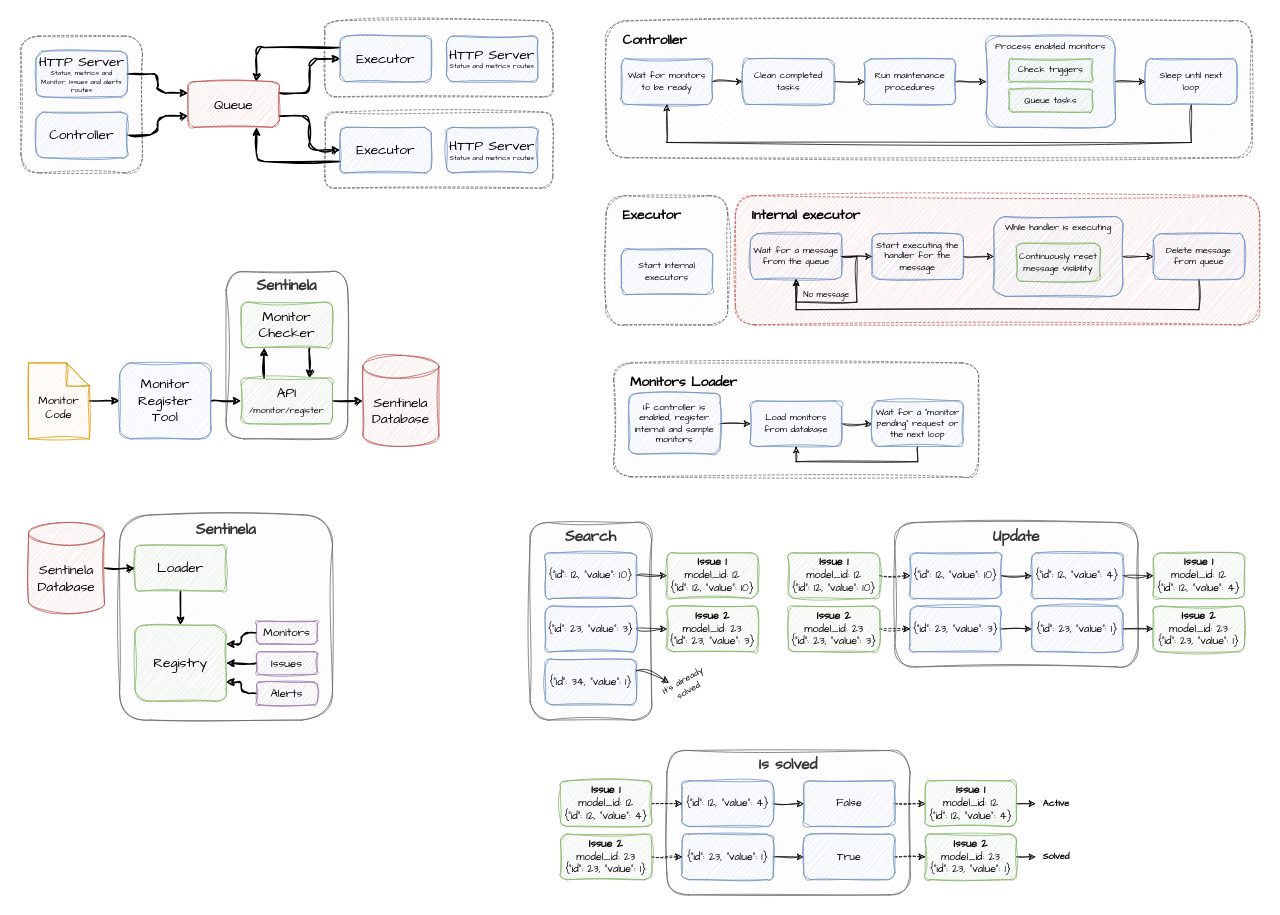
This is docs/diagrams/diagrams.drawio from GabrielSalla/sentinela, a draw.io file, before an edit. Source tidied: cells renumbered, new cells numbered last; positions are measured from the earlier drawing's top-left corner, leaving out a move shared by most shapes. Both pictures are drawn from the tidied source at 76%, with x=0, y=0 at pixel (13, 13).
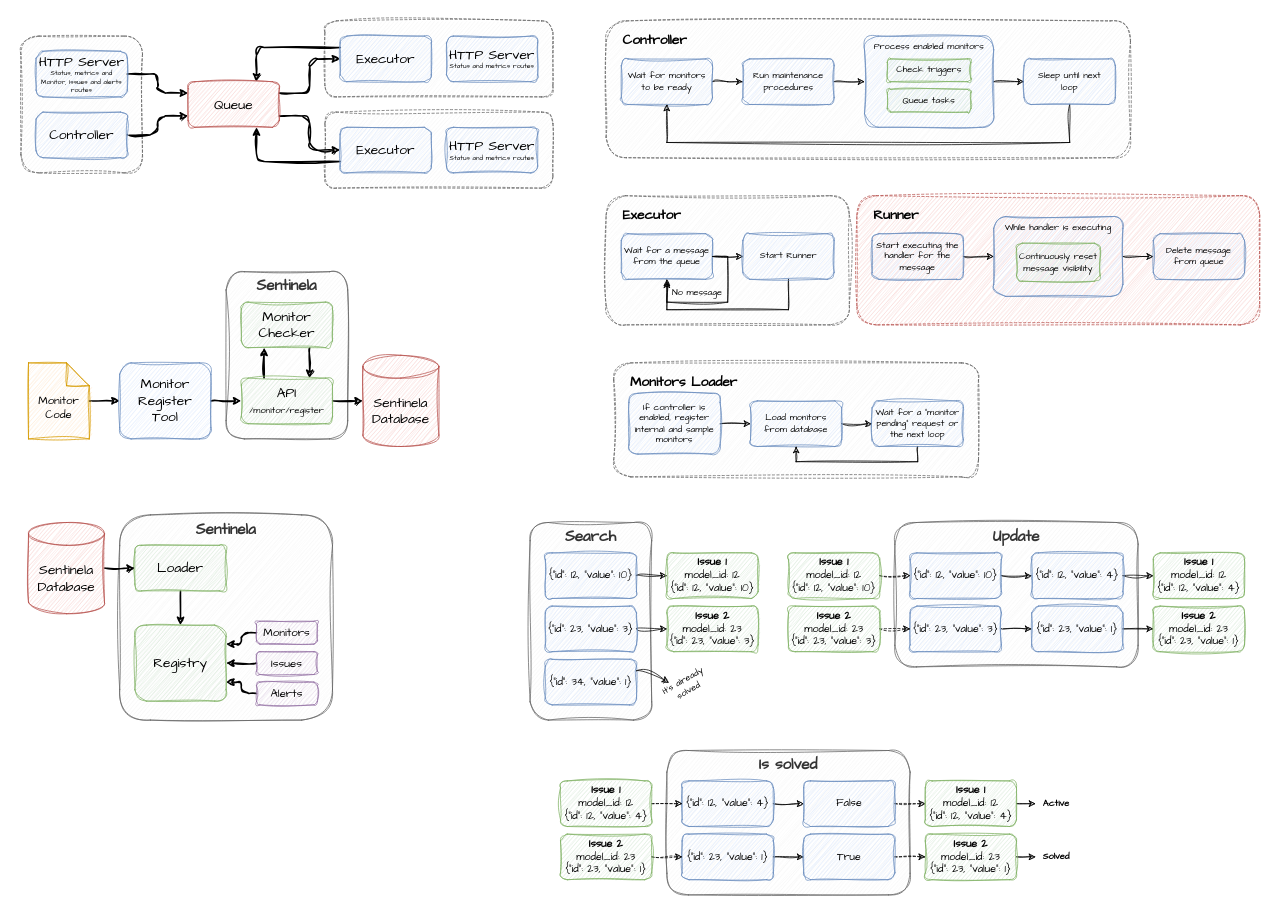
Above is the later version.

Commit message (it also covers changes not shown here):
update controller and executor diagrams

The change refers to these unchanged cells:
```xml
<mxCell id="51" value="Wait for monitors to be ready" style="rounded=1;whiteSpace=wrap;html=1;fontSize=12;fillColor=#dae8fc;strokeColor=#6c8ebf;sketch=1;curveFitting=1;jiggle=2;fontFamily=Architects Daughter;" parent="1" vertex="1">
  <mxGeometry x="800" y="60" width="120" height="60" as="geometry" />
</mxCell>
<mxCell id="71" value="Start executing the handler for the message" style="rounded=1;whiteSpace=wrap;html=1;fontSize=12;fillColor=#dae8fc;strokeColor=#6c8ebf;sketch=1;curveFitting=1;jiggle=2;fontFamily=Architects Daughter;" parent="1" vertex="1">
  <mxGeometry x="1130" y="290" width="120" height="60" as="geometry" />
</mxCell>
<mxCell id="78" value="Delete message from queue" style="rounded=1;whiteSpace=wrap;html=1;fontSize=12;fillColor=#dae8fc;strokeColor=#6c8ebf;sketch=1;curveFitting=1;jiggle=2;fontFamily=Architects Daughter;" parent="1" vertex="1">
  <mxGeometry x="1500" y="290" width="120" height="60" as="geometry" />
</mxCell>
```

The edit, as a diff of the source:
```diff
@@
     <mxCell id="47" style="rounded=1;whiteSpace=wrap;html=1;dashed=1;strokeColor=none;sketch=1;curveFitting=1;jiggle=2;fontFamily=Architects Daughter;" parent="1" vertex="1">
-      <mxGeometry x="770" width="870" height="200" as="geometry" />
+      <mxGeometry x="770" width="710" height="200" as="geometry" />
     </mxCell>
     <mxCell id="48" value="&lt;div&gt;&lt;br&gt;&lt;/div&gt;" style="rounded=1;whiteSpace=wrap;html=1;fillColor=#f5f5f5;fontColor=#333333;strokeColor=#666666;dashed=1;sketch=1;curveFitting=1;jiggle=2;fontSize=15;fontFamily=Architects Daughter;" parent="1" vertex="1">
-      <mxGeometry x="780" y="10" width="850" height="180" as="geometry" />
+      <mxGeometry x="780" y="10" width="690" height="180" as="geometry" />
     </mxCell>
@@
-    <mxCell id="50" style="edgeStyle=orthogonalEdgeStyle;rounded=0;sketch=1;hachureGap=4;jiggle=2;curveFitting=1;jettySize=auto;html=1;exitX=1;exitY=0.5;exitDx=0;exitDy=0;entryX=0;entryY=0.5;entryDx=0;entryDy=0;fontFamily=Architects Daughter;" parent="1" edge="1" source="51" target="53">
-      <mxGeometry relative="1" as="geometry" />
+    <mxCell id="50" style="edgeStyle=orthogonalEdgeStyle;rounded=0;sketch=1;hachureGap=4;jiggle=2;curveFitting=1;jettySize=auto;html=1;exitX=1;exitY=0.5;exitDx=0;exitDy=0;entryX=0;entryY=0.5;entryDx=0;entryDy=0;fontFamily=Architects Daughter;" parent="1" edge="1" source="51">
+      <mxGeometry relative="1" as="geometry">
+        <mxPoint x="960" y="90" as="targetPoint" />
+      </mxGeometry>
     </mxCell>
@@
-    <mxCell id="52" style="edgeStyle=orthogonalEdgeStyle;rounded=0;sketch=1;hachureGap=4;jiggle=2;curveFitting=1;jettySize=auto;html=1;exitX=1;exitY=0.5;exitDx=0;exitDy=0;entryX=0;entryY=0.5;entryDx=0;entryDy=0;fontFamily=Architects Daughter;" parent="1" edge="1" source="53" target="61">
-      <mxGeometry relative="1" as="geometry" />
-    </mxCell>
-    <mxCell id="53" value="Clean completed tasks" style="rounded=1;whiteSpace=wrap;html=1;fontSize=12;fillColor=#dae8fc;strokeColor=#6c8ebf;sketch=1;curveFitting=1;jiggle=2;fontFamily=Architects Daughter;" parent="1" vertex="1">
-      <mxGeometry x="960" y="60" width="120" height="60" as="geometry" />
-    </mxCell>
@@
     <mxCell id="55" value="Process enabled monitors" style="rounded=1;whiteSpace=wrap;html=1;fontSize=12;fillColor=#dae8fc;strokeColor=#6c8ebf;sketch=1;curveFitting=1;jiggle=2;fontFamily=Architects Daughter;verticalAlign=top;" parent="1" vertex="1">
-      <mxGeometry x="1280" y="30" width="170" height="120" as="geometry" />
+      <mxGeometry x="1120" y="30" width="170" height="120" as="geometry" />
     </mxCell>
     <mxCell id="56" value="&lt;div style=&quot;font-size: 12px;&quot;&gt;Check triggers&lt;/div&gt;" style="rounded=1;whiteSpace=wrap;html=1;sketch=1;hachureGap=4;jiggle=2;curveFitting=1;fontFamily=Architects Daughter;fontSize=12;fillColor=#d5e8d4;strokeColor=#82b366;" parent="1" vertex="1">
-      <mxGeometry x="1310" y="60" width="110" height="30" as="geometry" />
+      <mxGeometry x="1150" y="60" width="110" height="30" as="geometry" />
     </mxCell>
     <mxCell id="57" value="&lt;div style=&quot;font-size: 12px;&quot;&gt;Queue tasks&lt;/div&gt;" style="rounded=1;whiteSpace=wrap;html=1;sketch=1;hachureGap=4;jiggle=2;curveFitting=1;fontFamily=Architects Daughter;fontSize=12;fillColor=#d5e8d4;strokeColor=#82b366;" parent="1" vertex="1">
-      <mxGeometry x="1310" y="100" width="110" height="30" as="geometry" />
+      <mxGeometry x="1150" y="100" width="110" height="30" as="geometry" />
     </mxCell>
     <mxCell id="58" style="edgeStyle=orthogonalEdgeStyle;rounded=0;sketch=1;hachureGap=4;jiggle=2;curveFitting=1;jettySize=auto;html=1;exitX=0.5;exitY=1;exitDx=0;exitDy=0;entryX=0.5;entryY=1;entryDx=0;entryDy=0;fontFamily=Architects Daughter;" parent="1" edge="1" source="59" target="51">
       <mxGeometry relative="1" as="geometry">
         <Array as="points">
-          <mxPoint x="1550" y="170" />
+          <mxPoint x="1390" y="170" />
           <mxPoint x="860" y="170" />
         </Array>
       </mxGeometry>
     </mxCell>
     <mxCell id="59" value="Sleep until next&lt;div&gt;loop&lt;/div&gt;" style="rounded=1;whiteSpace=wrap;html=1;fontSize=12;fillColor=#dae8fc;strokeColor=#6c8ebf;sketch=1;curveFitting=1;jiggle=2;fontFamily=Architects Daughter;" parent="1" vertex="1">
-      <mxGeometry x="1490" y="60" width="120" height="60" as="geometry" />
+      <mxGeometry x="1330" y="60" width="120" height="60" as="geometry" />
     </mxCell>
@@
     <mxCell id="61" value="Run maintenance procedures" style="rounded=1;whiteSpace=wrap;html=1;fontSize=12;fillColor=#dae8fc;strokeColor=#6c8ebf;sketch=1;curveFitting=1;jiggle=2;fontFamily=Architects Daughter;" parent="1" vertex="1">
-      <mxGeometry x="1120" y="60" width="120" height="60" as="geometry" />
+      <mxGeometry x="960" y="60" width="120" height="60" as="geometry" />
     </mxCell>
@@
     <mxCell id="63" value="&lt;div&gt;&lt;br&gt;&lt;/div&gt;" style="rounded=1;whiteSpace=wrap;html=1;fillColor=#f5f5f5;fontColor=#333333;strokeColor=#666666;dashed=1;sketch=1;curveFitting=1;jiggle=2;fontSize=15;fontFamily=Architects Daughter;" parent="1" vertex="1">
-      <mxGeometry x="780" y="240" width="160" height="170" as="geometry" />
+      <mxGeometry x="780" y="240" width="320" height="170" as="geometry" />
     </mxCell>
@@
+    <mxCell id="132" style="edgeStyle=orthogonalEdgeStyle;rounded=0;jettySize=auto;html=1;exitX=1;exitY=0.5;exitDx=0;exitDy=0;entryX=0;entryY=0.5;entryDx=0;entryDy=0;sketch=1;curveFitting=1;jiggle=2;" parent="1" edge="1" source="65" target="134">
+      <mxGeometry relative="1" as="geometry" />
+    </mxCell>
-    <mxCell id="65" value="Start internal executors" style="rounded=1;whiteSpace=wrap;html=1;fontSize=12;fillColor=#dae8fc;strokeColor=#6c8ebf;sketch=1;curveFitting=1;jiggle=2;fontFamily=Architects Daughter;" parent="1" vertex="1">
-      <mxGeometry x="800" y="310" width="120" height="60" as="geometry" />
+    <mxCell id="65" value="Wait for a message from the queue" style="rounded=1;whiteSpace=wrap;html=1;fontSize=12;fillColor=#dae8fc;strokeColor=#6c8ebf;sketch=1;curveFitting=1;jiggle=2;fontFamily=Architects Daughter;" parent="1" vertex="1">
+      <mxGeometry x="800" y="290" width="120" height="60" as="geometry" />
     </mxCell>
     <mxCell id="66" value="&lt;div&gt;&lt;br&gt;&lt;/div&gt;" style="rounded=1;whiteSpace=wrap;html=1;fillColor=#f8cecc;strokeColor=#b85450;dashed=1;sketch=1;curveFitting=1;jiggle=2;fontSize=15;fontFamily=Architects Daughter;" parent="1" vertex="1">
-      <mxGeometry x="950" y="240" width="690" height="170" as="geometry" />
+      <mxGeometry x="1110" y="240" width="530" height="170" as="geometry" />
     </mxCell>
-    <mxCell id="67" value="Internal executor" style="text;html=1;align=left;verticalAlign=middle;whiteSpace=wrap;rounded=0;fontFamily=Architects Daughter;fontSize=18;fontStyle=1;sketch=1;curveFitting=1;jiggle=2;" parent="1" vertex="1">
-      <mxGeometry x="970" y="250" width="160" height="30" as="geometry" />
+    <mxCell id="67" value="Runner" style="text;html=1;align=left;verticalAlign=middle;whiteSpace=wrap;rounded=0;fontFamily=Architects Daughter;fontSize=18;fontStyle=1;sketch=1;curveFitting=1;jiggle=2;" parent="1" vertex="1">
+      <mxGeometry x="1130" y="250" width="160" height="30" as="geometry" />
     </mxCell>
-    <mxCell id="68" style="edgeStyle=orthogonalEdgeStyle;rounded=0;sketch=1;hachureGap=4;jiggle=2;curveFitting=1;jettySize=auto;html=1;exitX=1;exitY=0.5;exitDx=0;exitDy=0;entryX=0;entryY=0.5;entryDx=0;entryDy=0;fontFamily=Architects Daughter;" parent="1" edge="1" source="69" target="71">
-      <mxGeometry relative="1" as="geometry" />
-    </mxCell>
-    <mxCell id="69" value="Wait for a message from the queue" style="rounded=1;whiteSpace=wrap;html=1;fontSize=12;fillColor=#dae8fc;strokeColor=#6c8ebf;sketch=1;curveFitting=1;jiggle=2;fontFamily=Architects Daughter;" parent="1" vertex="1">
-      <mxGeometry x="970" y="290" width="120" height="60" as="geometry" />
-    </mxCell>
@@
-    <mxCell id="72" style="edgeStyle=orthogonalEdgeStyle;rounded=0;sketch=1;hachureGap=4;jiggle=2;curveFitting=1;orthogonalLoop=1;jettySize=auto;html=1;exitX=1;exitY=0.5;exitDx=0;exitDy=0;fontFamily=Architects Daughter;" parent="1" edge="1" source="69" target="69">
-      <mxGeometry relative="1" as="geometry">
-        <Array as="points">
-          <mxPoint x="1110" y="320" />
-          <mxPoint x="1110" y="380" />
-          <mxPoint x="1030" y="380" />
-        </Array>
-      </mxGeometry>
-    </mxCell>
-    <mxCell id="73" value="No message" style="text;html=1;align=center;verticalAlign=middle;whiteSpace=wrap;rounded=0;fontFamily=Architects Daughter;fontSize=11;sketch=1;curveFitting=1;jiggle=2;" parent="1" vertex="1">
-      <mxGeometry x="1030" y="360" width="80" height="20" as="geometry" />
-    </mxCell>
@@
-    <mxCell id="77" style="edgeStyle=orthogonalEdgeStyle;rounded=0;sketch=1;hachureGap=4;jiggle=2;curveFitting=1;jettySize=auto;html=1;exitX=0.5;exitY=1;exitDx=0;exitDy=0;entryX=0.5;entryY=1;entryDx=0;entryDy=0;fontFamily=Architects Daughter;" parent="1" edge="1" source="78" target="69">
-      <mxGeometry relative="1" as="geometry">
-        <Array as="points">
-          <mxPoint x="1560" y="390" />
-          <mxPoint x="1030" y="390" />
-        </Array>
-      </mxGeometry>
-    </mxCell>
@@
-    <mxCell id="130" value="Active" style="text;html=1;align=center;verticalAlign=middle;whiteSpace=wrap;rounded=0;fontFamily=Architects Daughter;fontStyle=1;" parent="1" vertex="1">
+    <mxCell id="130" value="Active" style="text;html=1;align=center;verticalAlign=middle;whiteSpace=wrap;rounded=0;fontFamily=Architects Daughter;fontStyle=1;sketch=1;curveFitting=1;jiggle=2;" parent="1" vertex="1">
       <mxGeometry x="1345" y="1025" width="55" height="30" as="geometry" />
     </mxCell>
-    <mxCell id="131" value="Solved" style="text;html=1;align=center;verticalAlign=middle;whiteSpace=wrap;rounded=0;fontFamily=Architects Daughter;fontStyle=1;" parent="1" vertex="1">
+    <mxCell id="131" value="Solved" style="text;html=1;align=center;verticalAlign=middle;whiteSpace=wrap;rounded=0;fontFamily=Architects Daughter;fontStyle=1;sketch=1;curveFitting=1;jiggle=2;" parent="1" vertex="1">
       <mxGeometry x="1345" y="1095" width="55" height="30" as="geometry" />
     </mxCell>
+    <mxCell id="133" style="edgeStyle=orthogonalEdgeStyle;rounded=0;sketch=1;hachureGap=4;jiggle=2;curveFitting=1;jettySize=auto;html=1;exitX=0.5;exitY=1;exitDx=0;exitDy=0;entryX=0;entryY=0;entryDx=0;entryDy=0;fontFamily=Architects Daughter;" parent="1" edge="1" source="134" target="73">
+      <mxGeometry relative="1" as="geometry">
+        <Array as="points">
+          <mxPoint x="1020" y="390" />
+          <mxPoint x="860" y="390" />
+        </Array>
+      </mxGeometry>
+    </mxCell>
+    <mxCell id="134" value="Start Runner" style="rounded=1;whiteSpace=wrap;html=1;fontSize=12;fillColor=#dae8fc;strokeColor=#6c8ebf;sketch=1;curveFitting=1;jiggle=2;fontFamily=Architects Daughter;" parent="1" vertex="1">
+      <mxGeometry x="960" y="290" width="120" height="60" as="geometry" />
+    </mxCell>
+    <mxCell id="135" style="edgeStyle=orthogonalEdgeStyle;rounded=0;orthogonalLoop=1;jettySize=auto;html=1;exitX=1;exitY=0.5;exitDx=0;exitDy=0;entryX=0.5;entryY=1;entryDx=0;entryDy=0;sketch=1;curveFitting=1;jiggle=2;" parent="1" edge="1" source="65" target="65">
+      <mxGeometry relative="1" as="geometry">
+        <Array as="points">
+          <mxPoint x="940" y="320" />
+          <mxPoint x="940" y="380" />
+          <mxPoint x="860" y="380" />
+        </Array>
+      </mxGeometry>
+    </mxCell>
+    <mxCell id="73" value="No message" style="text;html=1;align=center;verticalAlign=middle;whiteSpace=wrap;rounded=0;fontFamily=Architects Daughter;" parent="1" vertex="1">
+      <mxGeometry x="860" y="352.5" width="80" height="30" as="geometry" />
+    </mxCell>
```
